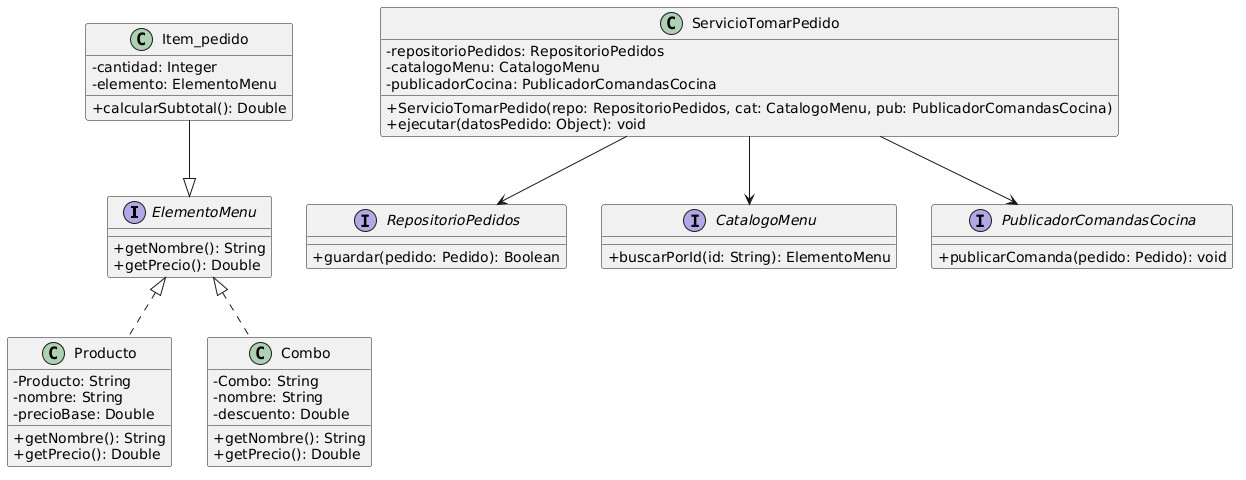
Above: diagramas/01-diagrama-clases/01-solid-05-dip.png in eloeyhe/SistemaPedidos (PlantUML), before the change.
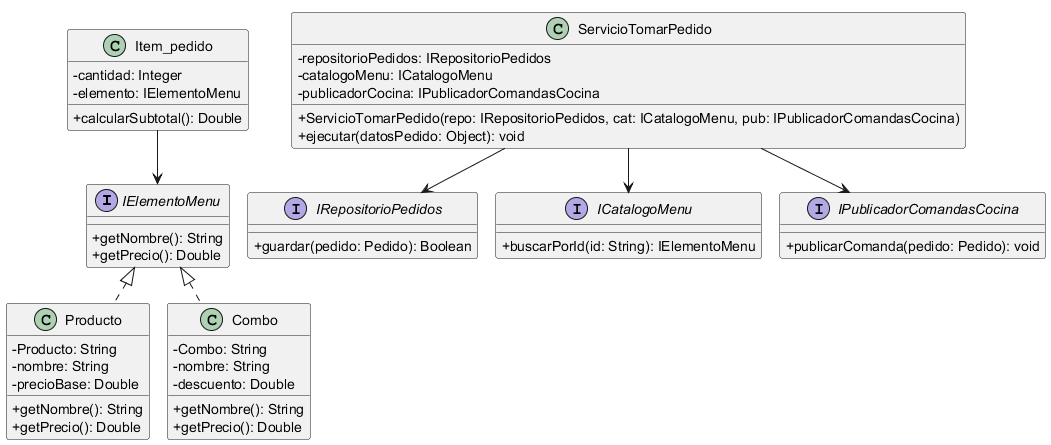
After the change.

Commit message:
Corrijo diagrama DIP y nomenclatura de interfaces (RC1, RC15)

Diff of the diagram source:
```diff
@@ -1,12 +1,13 @@
-@startuml
+@startuml 01-solid-05-dip
+!pragma layout smetana
 skinparam classAttributeIconSize 0
 
-interface ElementoMenu {
+interface IElementoMenu {
     + getNombre(): String
     + getPrecio(): Double
 }
 
-class Producto implements ElementoMenu {
+class Producto implements IElementoMenu {
     - Producto: String
     - nombre: String
     - precioBase: Double
@@ -14,7 +15,7 @@
     + getPrecio(): Double
 }
 
-class Combo implements ElementoMenu {
+class Combo implements IElementoMenu {
     - Combo: String
     - nombre: String
     - descuento: Double
@@ -24,36 +25,37 @@
 
 class Item_pedido {
     - cantidad: Integer
-    - elemento: ElementoMenu
+    - elemento: IElementoMenu
     + calcularSubtotal(): Double
 
 }
 
-Item_pedido --|> ElementoMenu
+Item_pedido --> IElementoMenu
 
 
-interface RepositorioPedidos {
+interface IRepositorioPedidos {
     + guardar(pedido: Pedido): Boolean
 }
 
-interface CatalogoMenu {
-    + buscarPorId(id: String): ElementoMenu
+interface ICatalogoMenu {
+    + buscarPorId(id: String): IElementoMenu
 }
 
-interface PublicadorComandasCocina {
+interface IPublicadorComandasCocina {
     + publicarComanda(pedido: Pedido): void
 }
 
 
 class ServicioTomarPedido {
-    - repositorioPedidos: RepositorioPedidos
-    - catalogoMenu: CatalogoMenu
-    - publicadorCocina: PublicadorComandasCocina
-    + ServicioTomarPedido(repo: RepositorioPedidos, cat: CatalogoMenu, pub: PublicadorComandasCocina)
+    - repositorioPedidos: IRepositorioPedidos
+    - catalogoMenu: ICatalogoMenu
+    - publicadorCocina: IPublicadorComandasCocina
+    + ServicioTomarPedido(repo: IRepositorioPedidos, cat: ICatalogoMenu, pub: IPublicadorComandasCocina)
     + ejecutar(datosPedido: Object): void
 }
 
-ServicioTomarPedido --> RepositorioPedidos
-ServicioTomarPedido --> CatalogoMenu
-ServicioTomarPedido --> PublicadorComandasCocina
+ServicioTomarPedido --> IRepositorioPedidos
+ServicioTomarPedido --> ICatalogoMenu
+ServicioTomarPedido --> IPublicadorComandasCocina
+
 @enduml
```
